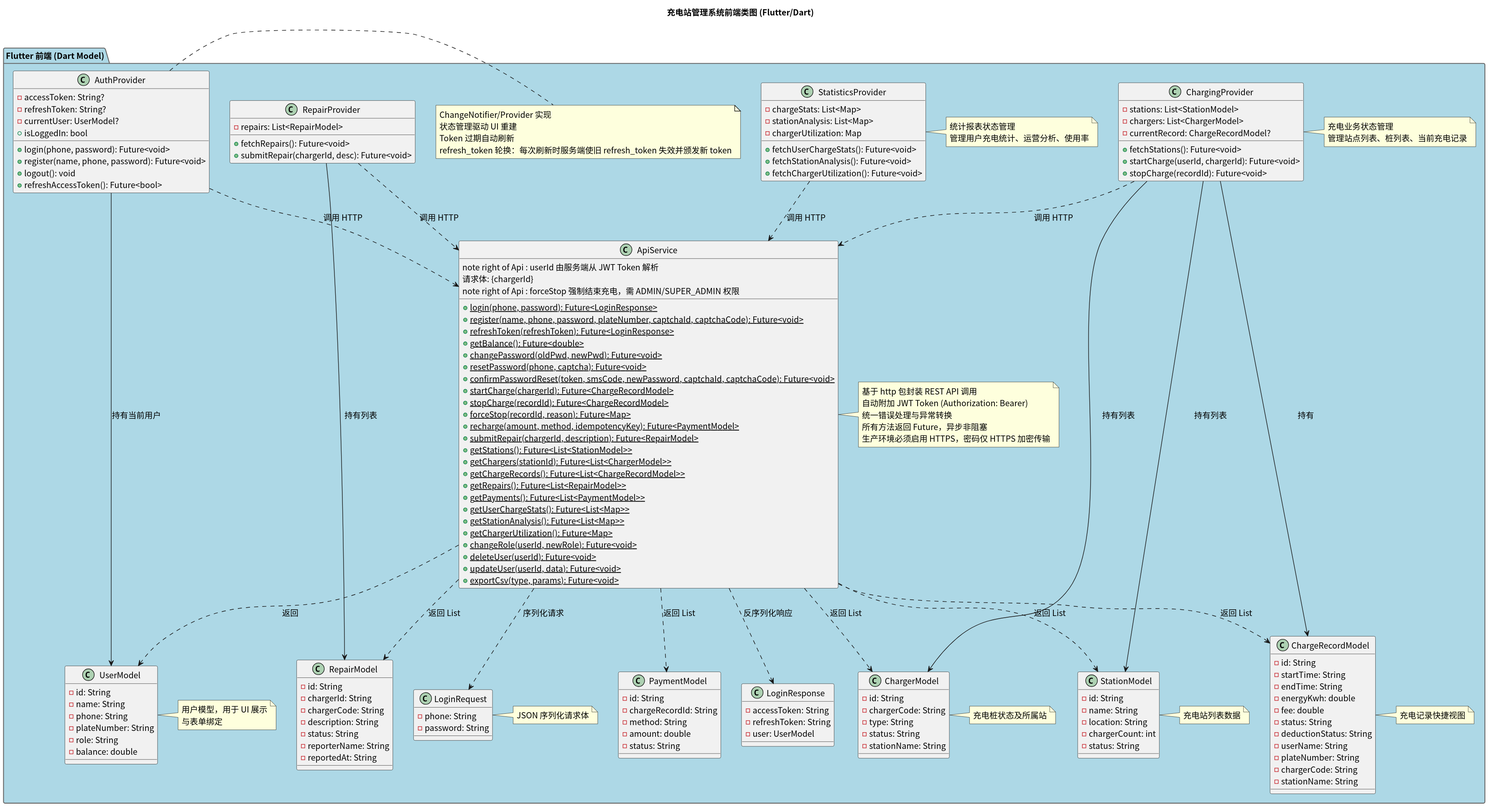
Above: class/img/frontend_class_diagram.svg in greenhandzdl/charging-station-doc (PlantUML), before the change.
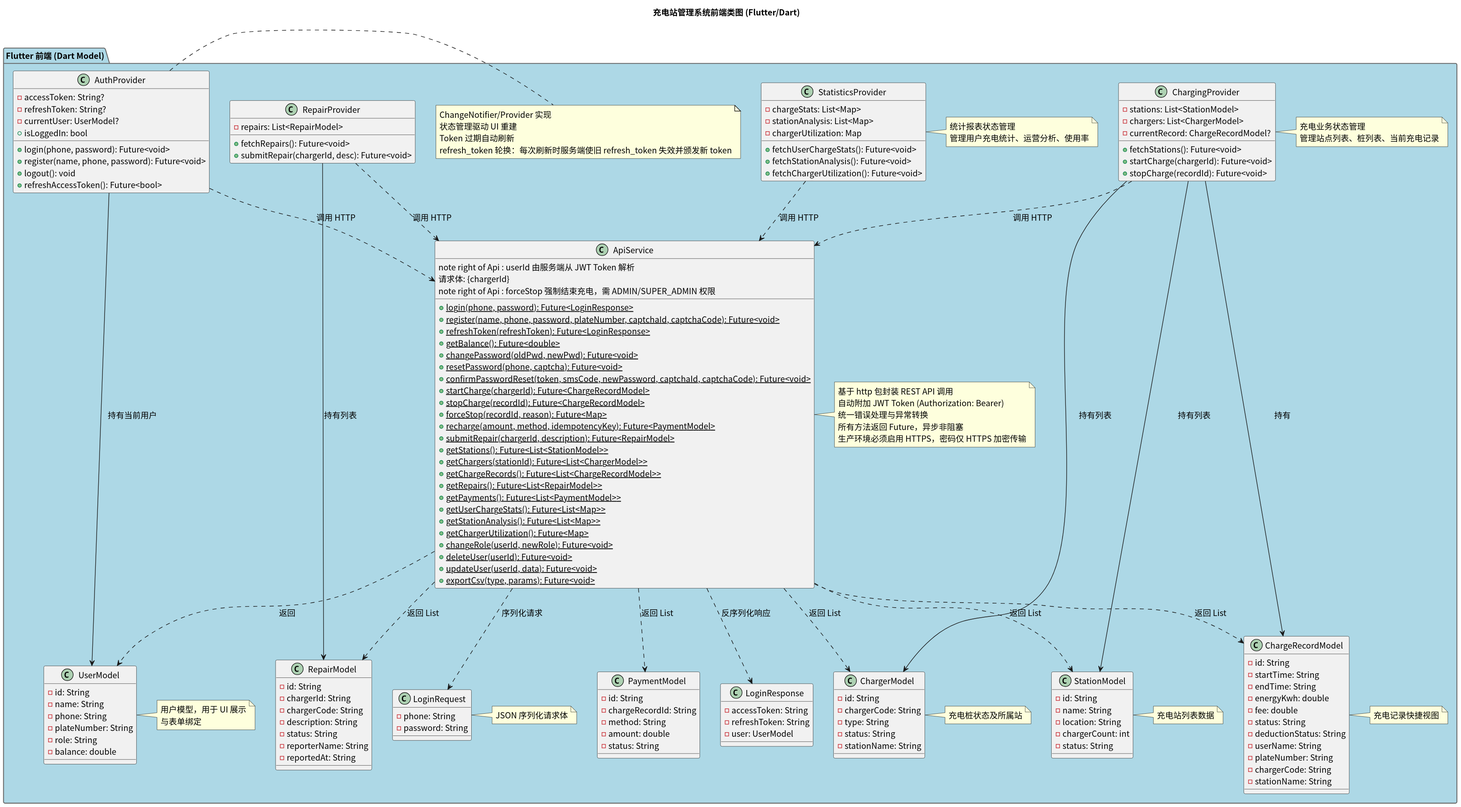
Above is the later version.

What changed in the source:
```diff
@@ -129,7 +129,7 @@
     - chargers: List<ChargerModel>
     - currentRecord: ChargeRecordModel?
     + fetchStations(): Future<void>
-    + startCharge(userId, chargerId): Future<void>
+    + startCharge(chargerId): Future<void>
     + stopCharge(recordId): Future<void>
   }
   note right of CP : 充电业务状态管理\n管理站点列表、桩列表、当前充电记录
```
